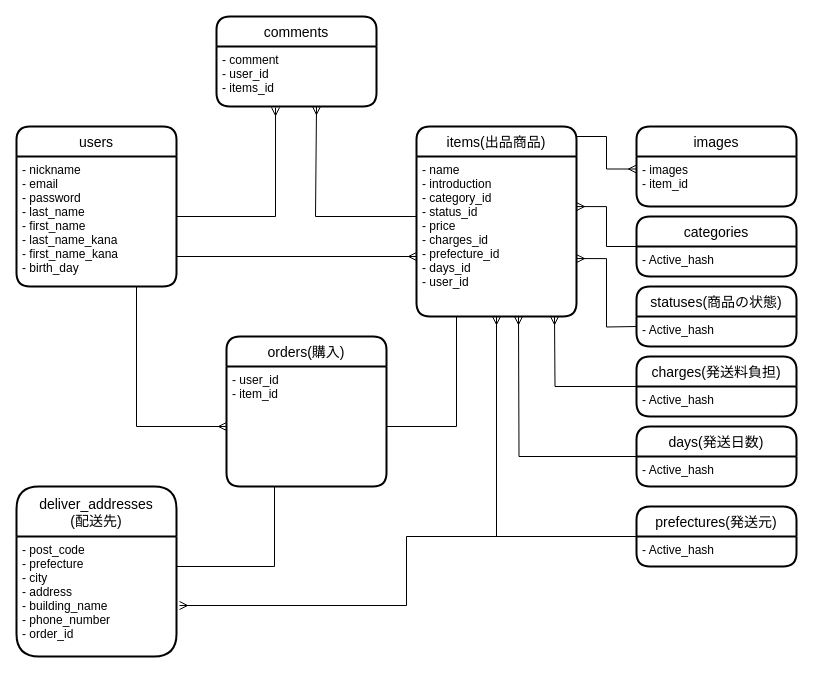
This is app/views/er.dio from cochimu/furima-32070, a draw.io file, before an edit. Source tidied: cells renumbered, new cells numbered last; positions are measured from the earlier drawing's top-left corner, leaving out a move shared by most shapes. Both pictures are drawn from the tidied source at 100%, with x=0, y=0 at pixel (16, 16).
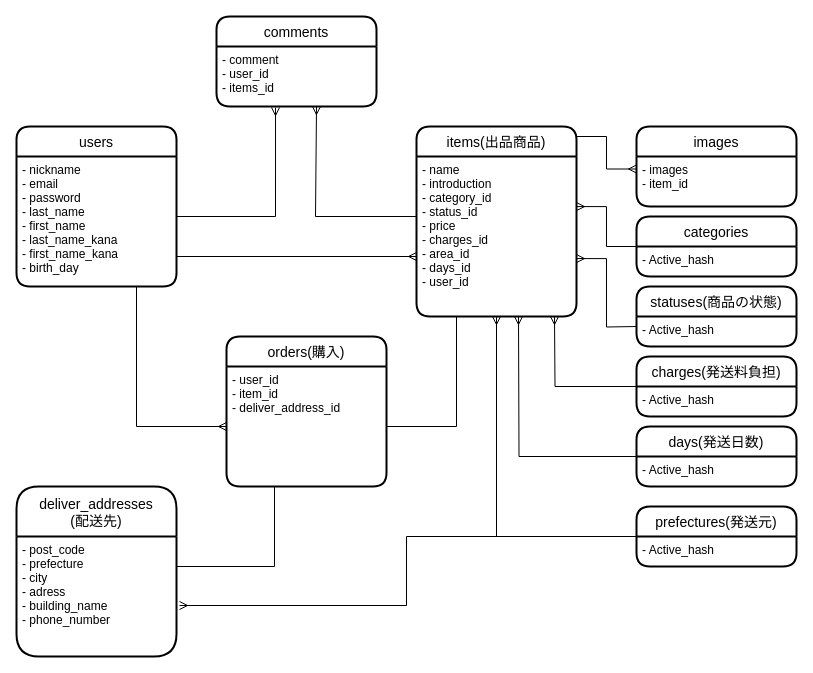
Above is the later version.

Unchanged cells that the change refers to:
```xml
<mxCell id="20" value="orders(購入)" style="swimlane;horizontal=1;startSize=30;rounded=1;fontSize=14;fontStyle=0;strokeWidth=2;shadow=0;dashed=0;align=center;" parent="1" vertex="1">
  <mxGeometry x="210" y="320" width="160" height="150" as="geometry" />
</mxCell>
<mxCell id="26" value="deliver_addresses&#10;(配送先)" style="swimlane;horizontal=1;startSize=50;rounded=1;fontSize=14;fontStyle=0;strokeWidth=2;shadow=0;dashed=0;align=center;" parent="1" vertex="1">
  <mxGeometry y="470" width="160" height="170" as="geometry" />
</mxCell>
<mxCell id="28" value="items(出品商品)" style="swimlane;horizontal=1;startSize=30;rounded=1;fontSize=14;fontStyle=0;strokeWidth=2;shadow=0;dashed=0;align=center;" parent="1" vertex="1">
  <mxGeometry x="400" y="110" width="160" height="190" as="geometry" />
</mxCell>
```

Change to the diagram source:
```diff
@@
-    <mxCell id="21" value="- user_id&#10;- item_id" style="align=left;strokeColor=none;fillColor=none;spacingLeft=4;fontSize=12;verticalAlign=top;" parent="20" vertex="1">
+    <mxCell id="21" value="- user_id&#10;- item_id&#10;- deliver_address_id&#10;" style="align=left;strokeColor=none;fillColor=none;spacingLeft=4;fontSize=12;verticalAlign=top;" parent="20" vertex="1">
       <mxGeometry y="30" width="160" height="120" as="geometry" />
     </mxCell>
@@
-    <mxCell id="27" value="- post_code&#10;- prefecture&#10;- city&#10;- address&#10;- building_name&#10;- phone_number&#10;- order_id" style="align=left;strokeColor=none;fillColor=none;spacingLeft=4;fontSize=12;verticalAlign=top;" parent="26" vertex="1">
+    <mxCell id="27" value="- post_code&#10;- prefecture&#10;- city&#10;- adress&#10;- building_name&#10;- phone_number" style="align=left;strokeColor=none;fillColor=none;spacingLeft=4;fontSize=12;verticalAlign=top;" parent="26" vertex="1">
       <mxGeometry y="50" width="160" height="120" as="geometry" />
     </mxCell>
@@
-    <mxCell id="29" value="- name&#10;- introduction&#10;- category_id&#10;- status_id&#10;- price&#10;- charges_id&#10;- prefecture_id&#10;- days_id&#10;- user_id" style="align=left;strokeColor=none;fillColor=none;spacingLeft=4;fontSize=12;verticalAlign=top;" parent="28" vertex="1">
+    <mxCell id="29" value="- name&#10;- introduction&#10;- category_id&#10;- status_id&#10;- price&#10;- charges_id&#10;- area_id&#10;- days_id&#10;- user_id" style="align=left;strokeColor=none;fillColor=none;spacingLeft=4;fontSize=12;verticalAlign=top;" parent="28" vertex="1">
       <mxGeometry y="30" width="160" height="160" as="geometry" />
     </mxCell>
```
